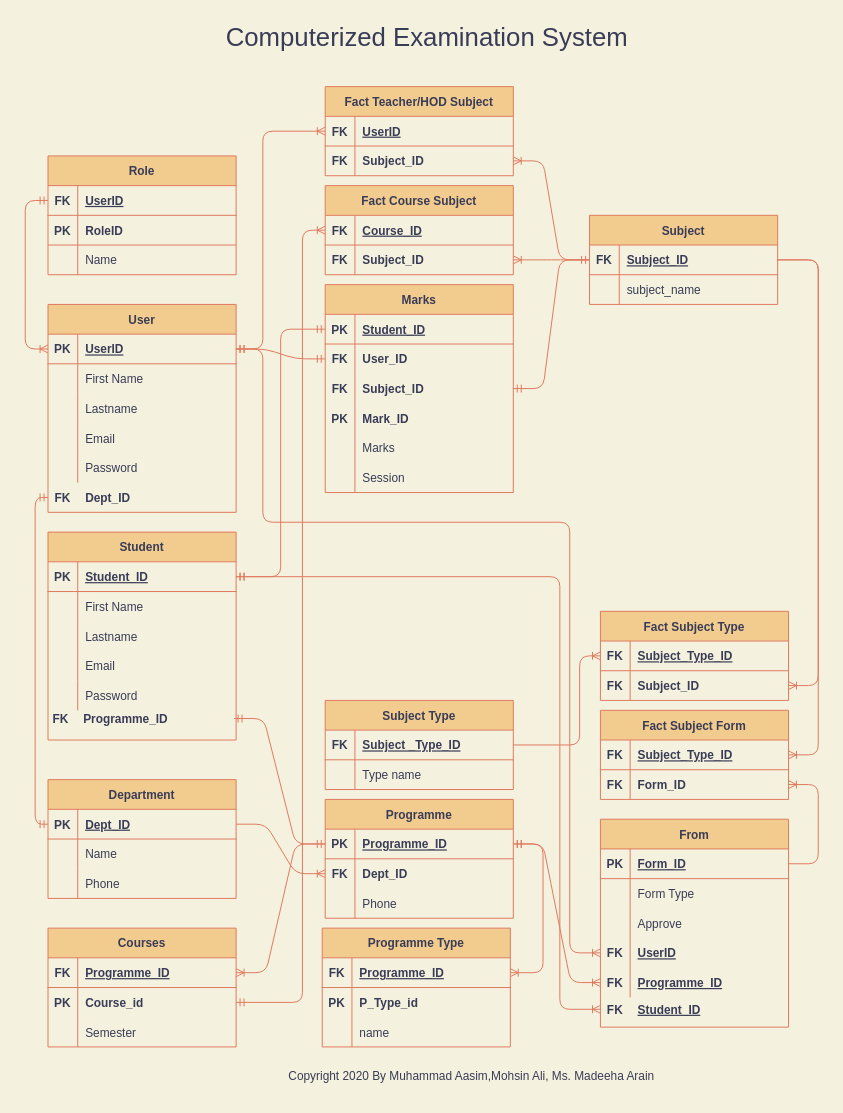
MohsinAliSoomro/CES keeps this draw.io diagram as Diagrams/ERD.drawio. Above is the earlier version. Source tidied: cells renumbered, new cells numbered last; positions are measured from the earlier drawing's top-left corner, leaving out a move shared by most shapes. Both pictures are drawn from the tidied source at 99%, with x=0, y=0 at pixel (25, 17).
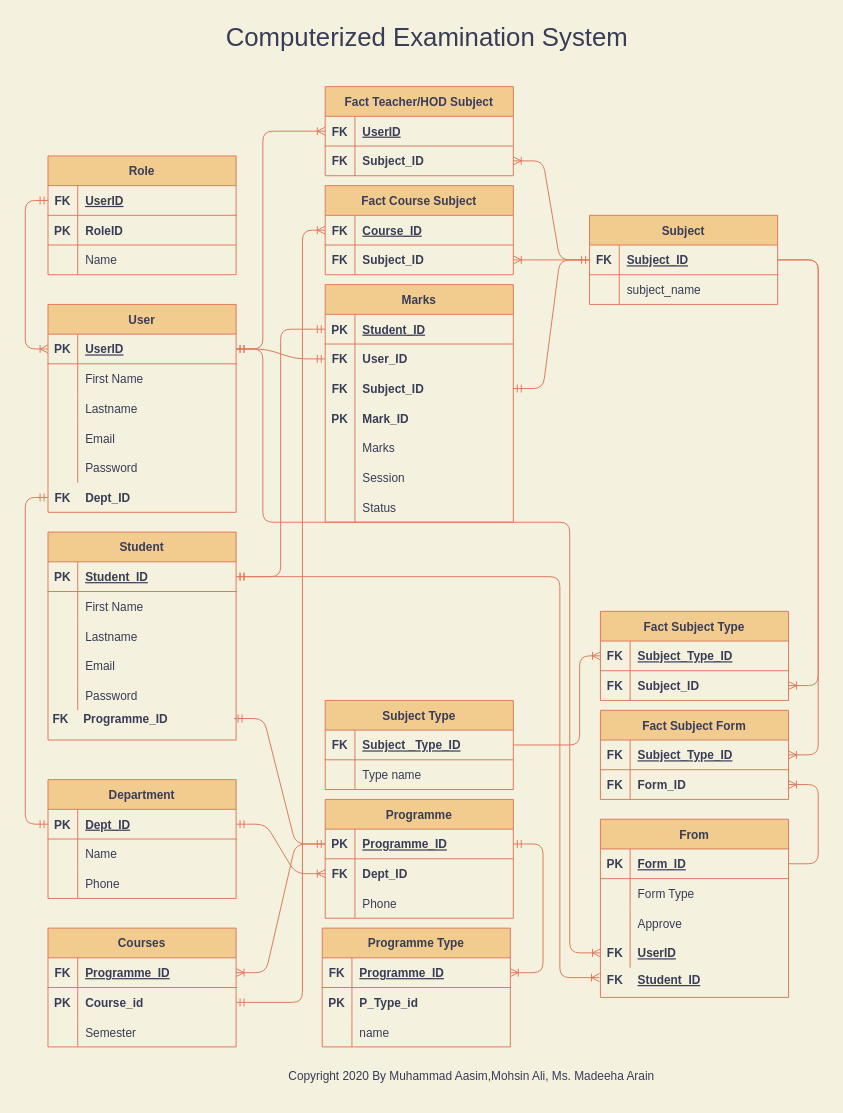
The same diagram, later.

The change refers to these unchanged cells:
```xml
<mxCell id="15" style="shape=partialRectangle;fillColor=none;top=0;left=0;bottom=1;right=0;points=[[0,0.5],[1,0.5]];portConstraint=eastwest;strokeColor=#E07A5F;fontColor=#393C56;" parent="14" vertex="1">
  <mxGeometry y="30" width="190" height="30" as="geometry" />
</mxCell>
<mxCell id="26" style="shape=partialRectangle;fillColor=none;top=0;left=0;bottom=1;right=0;points=[[0,0.5],[1,0.5]];portConstraint=eastwest;strokeColor=#E07A5F;fontColor=#393C56;" parent="25" vertex="1">
  <mxGeometry y="30" width="190" height="30" as="geometry" />
</mxCell>
<mxCell id="29" style="shape=partialRectangle;fillColor=none;top=0;left=0;bottom=0;right=0;points=[[0,0.5],[1,0.5]];portConstraint=eastwest;fontStyle=1;strokeColor=#E07A5F;fontColor=#393C56;" parent="25" vertex="1">
  <mxGeometry y="60" width="190" height="30" as="geometry" />
</mxCell>
<mxCell id="53" style="shape=partialRectangle;fillColor=none;top=0;left=0;bottom=0;right=0;points=[[0,0.5],[1,0.5]];portConstraint=eastwest;fontStyle=1;strokeColor=#E07A5F;fontColor=#393C56;" parent="36" vertex="1">
  <mxGeometry y="180" width="190" height="30" as="geometry" />
</mxCell>
<mxCell id="157" style="shape=partialRectangle;fillColor=none;top=0;left=0;bottom=1;right=0;points=[[0,0.5],[1,0.5]];portConstraint=eastwest;strokeColor=#E07A5F;fontColor=#393C56;" parent="156" vertex="1">
  <mxGeometry y="30" width="190" height="30" as="geometry" />
</mxCell>
<mxCell id="173" style="group;fontColor=#393C56;" parent="1" vertex="1">
  <mxGeometry x="581" y="810" width="190" height="210" as="geometry" />
</mxCell>
<mxCell id="190" style="shape=partialRectangle;fillColor=none;top=0;left=0;bottom=1;right=0;points=[[0,0.5],[1,0.5]];portConstraint=eastwest;strokeColor=none;fontColor=#393C56;" parent="173" vertex="1">
  <mxGeometry y="174" width="190" height="36" as="geometry" />
</mxCell>
<mxCell id="191" style="group;fontColor=#393C56;" parent="190" vertex="1">
  <mxGeometry width="190" height="36" as="geometry" />
</mxCell>
```

Change to the diagram source:
```diff
@@
     <mxCell id="24" style="edgeStyle=orthogonalEdgeStyle;fontSize=12;html=1;endArrow=ERmandOne;startArrow=ERmandOne;strokeColor=#E07A5F;fontColor=#393C56;labelBackgroundColor=#F4F1DE;" parent="1" edge="1" source="53" target="15">
       <mxGeometry relative="1" as="geometry">
         <Array as="points">
-          <mxPoint x="10" y="485" />
-          <mxPoint x="10" y="815" />
+          <mxPoint y="485" />
+          <mxPoint y="815" />
         </Array>
       </mxGeometry>
     </mxCell>
@@
-    <mxCell id="35" style="edgeStyle=entityRelationEdgeStyle;fontSize=12;html=1;endArrow=ERoneToMany;strokeColor=#E07A5F;fontColor=#393C56;labelBackgroundColor=#F4F1DE;" parent="1" edge="1" source="15" target="29">
+    <mxCell id="35" style="edgeStyle=entityRelationEdgeStyle;fontSize=12;html=1;endArrow=ERoneToMany;strokeColor=#E07A5F;fontColor=#393C56;labelBackgroundColor=#F4F1DE;startArrow=ERmandOne;startFill=0;" parent="1" edge="1" source="15" target="29">
       <mxGeometry relative="1" as="geometry" />
     </mxCell>
@@
     <mxCell id="129" value="Marks" style="shape=table;startSize=30;childLayout=tableLayout;rowLines=0;fontStyle=1;align=center;fillColor=#F2CC8F;strokeColor=#E07A5F;fontColor=#393C56;" parent="1" vertex="1">
-      <mxGeometry x="303" y="270" width="190" height="210" as="geometry" />
+      <mxGeometry x="303" y="270" width="190" height="240" as="geometry" />
     </mxCell>
@@
+    <mxCell id="200" style="shape=partialRectangle;fillColor=none;top=0;left=0;bottom=0;right=0;strokeColor=#E07A5F;fontColor=#393C56;" parent="129" vertex="1">
+      <mxGeometry y="210" width="190" height="30" as="geometry" />
+    </mxCell>
+    <mxCell id="201" style="shape=partialRectangle;fillColor=none;top=0;left=0;bottom=0;right=0;overflow=hidden;strokeColor=#E07A5F;fontColor=#393C56;" parent="200" vertex="1">
+      <mxGeometry width="30" height="30" as="geometry" />
+    </mxCell>
+    <mxCell id="202" value="Status" style="shape=partialRectangle;fillColor=none;top=0;left=0;bottom=0;right=0;align=left;spacingLeft=6;overflow=hidden;strokeColor=#E07A5F;fontColor=#393C56;" parent="200" vertex="1">
+      <mxGeometry x="30" width="160" height="30" as="geometry" />
+    </mxCell>
@@
-    <mxCell id="172" style="edgeStyle=elbowEdgeStyle;fontSize=12;html=1;endArrow=ERoneToMany;startArrow=ERmandOne;exitX=1;exitY=0.5;exitDx=0;exitDy=0;startFill=0;strokeColor=#E07A5F;fontColor=#393C56;labelBackgroundColor=#F4F1DE;" parent="1" edge="1" source="157" target="190">
+    <mxCell id="172" style="edgeStyle=elbowEdgeStyle;fontSize=12;html=1;endArrow=ERoneToMany;startArrow=ERmandOne;exitX=1;exitY=0.5;exitDx=0;exitDy=0;startFill=0;strokeColor=#E07A5F;fontColor=#393C56;labelBackgroundColor=#F4F1DE;" parent="1" edge="1" source="157">
       <mxGeometry relative="1" as="geometry">
+        <mxPoint x="580" y="970" as="targetPoint" />
         <Array as="points">
           <mxPoint x="540" y="750" />
           <mxPoint x="530" y="840" />
           <mxPoint x="480" y="565" />
           <mxPoint x="480" y="510" />
           <mxPoint x="520" y="770" />
           <mxPoint x="561" y="770" />
         </Array>
       </mxGeometry>
     </mxCell>
@@
     <mxCell id="174" value="From" style="shape=table;startSize=30;childLayout=tableLayout;rowLines=0;fontStyle=1;align=center;fillColor=#F2CC8F;strokeColor=#E07A5F;fontColor=#393C56;" parent="173" vertex="1">
-      <mxGeometry width="190" height="210" as="geometry" />
+      <mxGeometry width="190" height="180" as="geometry" />
     </mxCell>
@@
-    <mxCell id="187" style="shape=partialRectangle;fillColor=none;top=0;left=0;bottom=1;right=0;points=[[0,0.5],[1,0.5]];portConstraint=eastwest;strokeColor=none;fontColor=#393C56;" parent="174" vertex="1">
-      <mxGeometry y="150" width="190" height="30" as="geometry" />
-    </mxCell>
-    <mxCell id="188" value="FK" style="shape=partialRectangle;fillColor=none;top=0;left=0;bottom=0;right=0;fontStyle=1;overflow=hidden;strokeColor=none;fontColor=#393C56;" parent="187" vertex="1">
-      <mxGeometry width="30" height="30" as="geometry" />
-    </mxCell>
-    <mxCell id="189" value="Programme_ID" style="shape=partialRectangle;fillColor=none;top=0;left=0;bottom=0;right=0;align=left;spacingLeft=6;fontStyle=5;overflow=hidden;strokeColor=none;fontColor=#393C56;" parent="187" vertex="1">
-      <mxGeometry x="30" width="160" height="30" as="geometry" />
-    </mxCell>
@@
     <mxCell id="192" value="FK" style="shape=partialRectangle;fillColor=none;top=0;left=0;bottom=0;right=0;fontStyle=1;overflow=hidden;strokeColor=#E07A5F;fontColor=#393C56;" parent="191" vertex="1">
-      <mxGeometry width="30" height="36" as="geometry" />
+      <mxGeometry y="-30" width="30" height="36" as="geometry" />
     </mxCell>
     <mxCell id="193" value="Student_ID" style="shape=partialRectangle;fillColor=none;top=0;left=0;bottom=0;right=0;align=left;spacingLeft=6;fontStyle=5;overflow=hidden;strokeColor=#E07A5F;fontColor=#393C56;" parent="191" vertex="1">
-      <mxGeometry x="30" width="160" height="36" as="geometry" />
+      <mxGeometry x="30" y="-30" width="160" height="36" as="geometry" />
     </mxCell>
@@
-    <mxCell id="199" style="edgeStyle=entityRelationEdgeStyle;fontSize=12;html=1;endArrow=ERoneToMany;startArrow=ERmandOne;endFill=0;strokeColor=#E07A5F;fontColor=#393C56;labelBackgroundColor=#F4F1DE;" parent="1" edge="1" source="26" target="187">
-      <mxGeometry relative="1" as="geometry" />
-    </mxCell>
```
